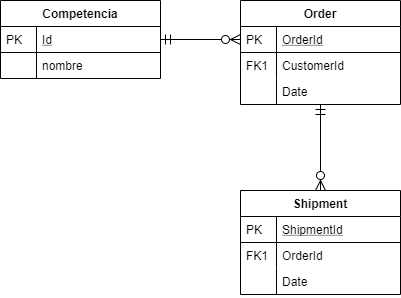
Earlier version of the draw.io export docum/DER.png (EstebanRaffo/PeliVsPeli_II). Source tidied: cells renumbered, new cells last; positions are measured from the earlier drawing's top-left corner, leaving out a move shared by most shapes. Its diagram source:
```xml
<mxGraphModel>
  <root>
    <mxCell id="0" />
    <mxCell id="1" parent="0" />
    <mxCell id="2" value="Competencia" style="swimlane;fontStyle=1;horizontal=1;startSize=26;rounded=0;shadow=0;strokeWidth=1;" parent="1" vertex="1">
      <mxGeometry width="160" height="78" as="geometry" />
    </mxCell>
    <mxCell id="3" value="Id" style="shape=partialRectangle;top=0;left=0;right=0;bottom=1;align=left;verticalAlign=top;fillColor=none;spacingLeft=40;spacingRight=4;overflow=hidden;points=[[0,0.5],[1,0.5]];portConstraint=eastwest;rounded=0;shadow=0;strokeWidth=1;fontStyle=4;" parent="2" vertex="1">
      <mxGeometry y="26" width="160" height="26" as="geometry" />
    </mxCell>
    <mxCell id="4" value="PK" style="shape=partialRectangle;top=0;left=0;bottom=0;fillColor=none;align=left;verticalAlign=top;spacingLeft=4;spacingRight=4;overflow=hidden;" parent="3" vertex="1">
      <mxGeometry width="36" height="26" as="geometry" />
    </mxCell>
    <mxCell id="5" value="nombre" style="shape=partialRectangle;top=0;left=0;right=0;bottom=0;align=left;verticalAlign=top;fillColor=none;spacingLeft=40;spacingRight=4;overflow=hidden;rounded=0;shadow=0;strokeWidth=1;" parent="2" vertex="1">
      <mxGeometry y="52" width="160" height="26" as="geometry" />
    </mxCell>
    <mxCell id="6" style="shape=partialRectangle;top=0;left=0;bottom=0;fillColor=none;align=left;verticalAlign=top;spacingLeft=4;spacingRight=4;overflow=hidden;" parent="5" vertex="1">
      <mxGeometry width="36" height="26" as="geometry" />
    </mxCell>
    <mxCell id="7" value="Order" style="swimlane;fontStyle=1;horizontal=1;startSize=26;rounded=0;shadow=0;strokeWidth=1;" parent="1" vertex="1">
      <mxGeometry x="240" width="160" height="104" as="geometry" />
    </mxCell>
    <mxCell id="8" value="OrderId" style="shape=partialRectangle;top=0;left=0;right=0;bottom=1;align=left;verticalAlign=top;fillColor=none;spacingLeft=40;spacingRight=4;overflow=hidden;points=[[0,0.5],[1,0.5]];portConstraint=eastwest;rounded=0;shadow=0;strokeWidth=1;fontStyle=4;" parent="7" vertex="1">
      <mxGeometry y="26" width="160" height="26" as="geometry" />
    </mxCell>
    <mxCell id="9" value="PK" style="shape=partialRectangle;top=0;left=0;bottom=0;fillColor=none;align=left;verticalAlign=top;spacingLeft=4;spacingRight=4;overflow=hidden;" parent="8" vertex="1">
      <mxGeometry width="36" height="26" as="geometry" />
    </mxCell>
    <mxCell id="10" value="CustomerId" style="shape=partialRectangle;top=0;left=0;right=0;bottom=0;align=left;verticalAlign=top;fillColor=none;spacingLeft=40;spacingRight=4;overflow=hidden;rounded=0;shadow=0;strokeWidth=1;" parent="7" vertex="1">
      <mxGeometry y="52" width="160" height="26" as="geometry" />
    </mxCell>
    <mxCell id="11" value="FK1" style="shape=partialRectangle;top=0;left=0;bottom=0;fillColor=none;align=left;verticalAlign=top;spacingLeft=4;spacingRight=4;overflow=hidden;" parent="10" vertex="1">
      <mxGeometry width="36" height="26" as="geometry" />
    </mxCell>
    <mxCell id="12" value="Date" style="shape=partialRectangle;top=0;left=0;right=0;bottom=0;align=left;verticalAlign=top;fillColor=none;spacingLeft=40;spacingRight=4;overflow=hidden;rounded=0;shadow=0;strokeWidth=1;" parent="7" vertex="1">
      <mxGeometry y="78" width="160" height="26" as="geometry" />
    </mxCell>
    <mxCell id="13" style="shape=partialRectangle;top=0;left=0;bottom=0;fillColor=none;align=left;verticalAlign=top;spacingLeft=4;spacingRight=4;overflow=hidden;" parent="12" vertex="1">
      <mxGeometry width="36" height="26" as="geometry" />
    </mxCell>
    <mxCell id="14" style="edgeStyle=orthogonalEdgeStyle;endArrow=ERzeroToMany;startArrow=ERmandOne;shadow=0;strokeWidth=1;endSize=8;startSize=8;" parent="1" edge="1" source="3" target="8">
      <mxGeometry relative="1" as="geometry" />
    </mxCell>
    <mxCell id="15" value="Shipment" style="swimlane;fontStyle=1;horizontal=1;startSize=26;rounded=0;shadow=0;strokeWidth=1;" parent="1" vertex="1">
      <mxGeometry x="240" y="190" width="160" height="104" as="geometry" />
    </mxCell>
    <mxCell id="16" value="ShipmentId" style="shape=partialRectangle;top=0;left=0;right=0;bottom=1;align=left;verticalAlign=top;fillColor=none;spacingLeft=40;spacingRight=4;overflow=hidden;rounded=0;shadow=0;strokeWidth=1;fontStyle=4;" parent="15" vertex="1">
      <mxGeometry y="26" width="160" height="26" as="geometry" />
    </mxCell>
    <mxCell id="17" value="PK" style="shape=partialRectangle;top=0;left=0;bottom=0;fillColor=none;align=left;verticalAlign=top;spacingLeft=4;spacingRight=4;overflow=hidden;" parent="16" vertex="1">
      <mxGeometry width="36" height="26" as="geometry" />
    </mxCell>
    <mxCell id="18" value="OrderId" style="shape=partialRectangle;top=0;left=0;right=0;bottom=0;align=left;verticalAlign=top;fillColor=none;spacingLeft=40;spacingRight=4;overflow=hidden;rounded=0;shadow=0;strokeWidth=1;" parent="15" vertex="1">
      <mxGeometry y="52" width="160" height="26" as="geometry" />
    </mxCell>
    <mxCell id="19" value="FK1" style="shape=partialRectangle;top=0;left=0;bottom=0;fillColor=none;align=left;verticalAlign=top;spacingLeft=4;spacingRight=4;overflow=hidden;" parent="18" vertex="1">
      <mxGeometry width="36" height="26" as="geometry" />
    </mxCell>
    <mxCell id="20" value="Date" style="shape=partialRectangle;top=0;left=0;right=0;bottom=0;align=left;verticalAlign=top;fillColor=none;spacingLeft=40;spacingRight=4;overflow=hidden;rounded=0;shadow=0;strokeWidth=1;" parent="15" vertex="1">
      <mxGeometry y="78" width="160" height="26" as="geometry" />
    </mxCell>
    <mxCell id="21" style="shape=partialRectangle;top=0;left=0;bottom=0;fillColor=none;align=left;verticalAlign=top;spacingLeft=4;spacingRight=4;overflow=hidden;" parent="20" vertex="1">
      <mxGeometry width="36" height="26" as="geometry" />
    </mxCell>
    <mxCell id="22" style="edgeStyle=orthogonalEdgeStyle;endArrow=ERzeroToMany;startArrow=ERmandOne;shadow=0;strokeWidth=1;endSize=8;startSize=8;" parent="1" edge="1" source="7" target="15">
      <mxGeometry relative="1" as="geometry" />
    </mxCell>
  </root>
</mxGraphModel>
```
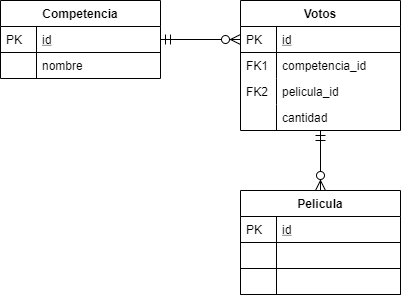
Later version of the same file.

Change to the diagram source:
```diff
@@ -5,7 +5,7 @@
     <mxCell id="2" value="Competencia" style="swimlane;fontStyle=1;horizontal=1;startSize=26;rounded=0;shadow=0;strokeWidth=1;" parent="1" vertex="1">
       <mxGeometry width="160" height="78" as="geometry" />
     </mxCell>
-    <mxCell id="3" value="Id" style="shape=partialRectangle;top=0;left=0;right=0;bottom=1;align=left;verticalAlign=top;fillColor=none;spacingLeft=40;spacingRight=4;overflow=hidden;points=[[0,0.5],[1,0.5]];portConstraint=eastwest;rounded=0;shadow=0;strokeWidth=1;fontStyle=4;" parent="2" vertex="1">
+    <mxCell id="3" value="id" style="shape=partialRectangle;top=0;left=0;right=0;bottom=1;align=left;verticalAlign=top;fillColor=none;spacingLeft=40;spacingRight=4;overflow=hidden;points=[[0,0.5],[1,0.5]];portConstraint=eastwest;rounded=0;shadow=0;strokeWidth=1;fontStyle=4;" parent="2" vertex="1">
       <mxGeometry y="26" width="160" height="26" as="geometry" />
     </mxCell>
     <mxCell id="4" value="PK" style="shape=partialRectangle;top=0;left=0;bottom=0;fillColor=none;align=left;verticalAlign=top;spacingLeft=4;spacingRight=4;overflow=hidden;" parent="3" vertex="1">
@@ -17,51 +17,57 @@
     <mxCell id="6" style="shape=partialRectangle;top=0;left=0;bottom=0;fillColor=none;align=left;verticalAlign=top;spacingLeft=4;spacingRight=4;overflow=hidden;" parent="5" vertex="1">
       <mxGeometry width="36" height="26" as="geometry" />
     </mxCell>
-    <mxCell id="7" value="Order" style="swimlane;fontStyle=1;horizontal=1;startSize=26;rounded=0;shadow=0;strokeWidth=1;" parent="1" vertex="1">
-      <mxGeometry x="240" width="160" height="104" as="geometry" />
+    <mxCell id="7" value="Votos" style="swimlane;fontStyle=1;horizontal=1;startSize=26;rounded=0;shadow=0;strokeWidth=1;" parent="1" vertex="1">
+      <mxGeometry x="240" width="160" height="130" as="geometry" />
     </mxCell>
-    <mxCell id="8" value="OrderId" style="shape=partialRectangle;top=0;left=0;right=0;bottom=1;align=left;verticalAlign=top;fillColor=none;spacingLeft=40;spacingRight=4;overflow=hidden;points=[[0,0.5],[1,0.5]];portConstraint=eastwest;rounded=0;shadow=0;strokeWidth=1;fontStyle=4;" parent="7" vertex="1">
+    <mxCell id="8" value="id" style="shape=partialRectangle;top=0;left=0;right=0;bottom=1;align=left;verticalAlign=top;fillColor=none;spacingLeft=40;spacingRight=4;overflow=hidden;points=[[0,0.5],[1,0.5]];portConstraint=eastwest;rounded=0;shadow=0;strokeWidth=1;fontStyle=4;" parent="7" vertex="1">
       <mxGeometry y="26" width="160" height="26" as="geometry" />
     </mxCell>
     <mxCell id="9" value="PK" style="shape=partialRectangle;top=0;left=0;bottom=0;fillColor=none;align=left;verticalAlign=top;spacingLeft=4;spacingRight=4;overflow=hidden;" parent="8" vertex="1">
       <mxGeometry width="36" height="26" as="geometry" />
     </mxCell>
-    <mxCell id="10" value="CustomerId" style="shape=partialRectangle;top=0;left=0;right=0;bottom=0;align=left;verticalAlign=top;fillColor=none;spacingLeft=40;spacingRight=4;overflow=hidden;rounded=0;shadow=0;strokeWidth=1;" parent="7" vertex="1">
+    <mxCell id="10" value="competencia_id" style="shape=partialRectangle;top=0;left=0;right=0;bottom=0;align=left;verticalAlign=top;fillColor=none;spacingLeft=40;spacingRight=4;overflow=hidden;rounded=0;shadow=0;strokeWidth=1;" parent="7" vertex="1">
       <mxGeometry y="52" width="160" height="26" as="geometry" />
     </mxCell>
     <mxCell id="11" value="FK1" style="shape=partialRectangle;top=0;left=0;bottom=0;fillColor=none;align=left;verticalAlign=top;spacingLeft=4;spacingRight=4;overflow=hidden;" parent="10" vertex="1">
       <mxGeometry width="36" height="26" as="geometry" />
     </mxCell>
-    <mxCell id="12" value="Date" style="shape=partialRectangle;top=0;left=0;right=0;bottom=0;align=left;verticalAlign=top;fillColor=none;spacingLeft=40;spacingRight=4;overflow=hidden;rounded=0;shadow=0;strokeWidth=1;" parent="7" vertex="1">
+    <mxCell id="12" value="pelicula_id" style="shape=partialRectangle;top=0;left=0;right=0;bottom=0;align=left;verticalAlign=top;fillColor=none;spacingLeft=40;spacingRight=4;overflow=hidden;rounded=0;shadow=0;strokeWidth=1;" parent="7" vertex="1">
       <mxGeometry y="78" width="160" height="26" as="geometry" />
     </mxCell>
-    <mxCell id="13" style="shape=partialRectangle;top=0;left=0;bottom=0;fillColor=none;align=left;verticalAlign=top;spacingLeft=4;spacingRight=4;overflow=hidden;" parent="12" vertex="1">
+    <mxCell id="13" value="FK2" style="shape=partialRectangle;top=0;left=0;bottom=0;fillColor=none;align=left;verticalAlign=top;spacingLeft=4;spacingRight=4;overflow=hidden;" parent="12" vertex="1">
       <mxGeometry width="36" height="26" as="geometry" />
     </mxCell>
+    <mxCell id="23" value="cantidad" style="shape=partialRectangle;top=0;left=0;right=0;bottom=0;align=left;verticalAlign=top;fillColor=none;spacingLeft=40;spacingRight=4;overflow=hidden;rounded=0;shadow=0;strokeWidth=1;" parent="7" vertex="1">
+      <mxGeometry y="104" width="160" height="26" as="geometry" />
+    </mxCell>
+    <mxCell id="24" style="shape=partialRectangle;top=0;left=0;bottom=0;fillColor=none;align=left;verticalAlign=top;spacingLeft=4;spacingRight=4;overflow=hidden;" parent="23" vertex="1">
+      <mxGeometry width="36" height="26" as="geometry" />
+    </mxCell>
     <mxCell id="14" style="edgeStyle=orthogonalEdgeStyle;endArrow=ERzeroToMany;startArrow=ERmandOne;shadow=0;strokeWidth=1;endSize=8;startSize=8;" parent="1" edge="1" source="3" target="8">
       <mxGeometry relative="1" as="geometry" />
     </mxCell>
-    <mxCell id="15" value="Shipment" style="swimlane;fontStyle=1;horizontal=1;startSize=26;rounded=0;shadow=0;strokeWidth=1;" parent="1" vertex="1">
+    <mxCell id="15" value="Pelicula" style="swimlane;fontStyle=1;horizontal=1;startSize=26;rounded=0;shadow=0;strokeWidth=1;" parent="1" vertex="1">
       <mxGeometry x="240" y="190" width="160" height="104" as="geometry" />
     </mxCell>
-    <mxCell id="16" value="ShipmentId" style="shape=partialRectangle;top=0;left=0;right=0;bottom=1;align=left;verticalAlign=top;fillColor=none;spacingLeft=40;spacingRight=4;overflow=hidden;rounded=0;shadow=0;strokeWidth=1;fontStyle=4;" parent="15" vertex="1">
+    <mxCell id="16" value="id" style="shape=partialRectangle;top=0;left=0;right=0;bottom=1;align=left;verticalAlign=top;fillColor=none;spacingLeft=40;spacingRight=4;overflow=hidden;rounded=0;shadow=0;strokeWidth=1;fontStyle=4;" parent="15" vertex="1">
       <mxGeometry y="26" width="160" height="26" as="geometry" />
     </mxCell>
     <mxCell id="17" value="PK" style="shape=partialRectangle;top=0;left=0;bottom=0;fillColor=none;align=left;verticalAlign=top;spacingLeft=4;spacingRight=4;overflow=hidden;" parent="16" vertex="1">
       <mxGeometry width="36" height="26" as="geometry" />
     </mxCell>
-    <mxCell id="18" value="OrderId" style="shape=partialRectangle;top=0;left=0;right=0;bottom=0;align=left;verticalAlign=top;fillColor=none;spacingLeft=40;spacingRight=4;overflow=hidden;rounded=0;shadow=0;strokeWidth=1;" parent="15" vertex="1">
-      <mxGeometry y="52" width="160" height="26" as="geometry" />
-    </mxCell>
-    <mxCell id="19" value="FK1" style="shape=partialRectangle;top=0;left=0;bottom=0;fillColor=none;align=left;verticalAlign=top;spacingLeft=4;spacingRight=4;overflow=hidden;" parent="18" vertex="1">
-      <mxGeometry width="36" height="26" as="geometry" />
-    </mxCell>
-    <mxCell id="20" value="Date" style="shape=partialRectangle;top=0;left=0;right=0;bottom=0;align=left;verticalAlign=top;fillColor=none;spacingLeft=40;spacingRight=4;overflow=hidden;rounded=0;shadow=0;strokeWidth=1;" parent="15" vertex="1">
-      <mxGeometry y="78" width="160" height="26" as="geometry" />
-    </mxCell>
-    <mxCell id="21" style="shape=partialRectangle;top=0;left=0;bottom=0;fillColor=none;align=left;verticalAlign=top;spacingLeft=4;spacingRight=4;overflow=hidden;" parent="20" vertex="1">
-      <mxGeometry width="36" height="26" as="geometry" />
-    </mxCell>
+    <mxCell id="25" style="shape=partialRectangle;top=0;left=0;right=0;bottom=1;align=left;verticalAlign=top;fillColor=none;spacingLeft=40;spacingRight=4;overflow=hidden;rounded=0;shadow=0;strokeWidth=1;fontStyle=4;" parent="15" vertex="1">
+      <mxGeometry y="52" width="160" height="26" as="geometry" />
+    </mxCell>
+    <mxCell id="26" style="shape=partialRectangle;top=0;left=0;bottom=0;fillColor=none;align=left;verticalAlign=top;spacingLeft=4;spacingRight=4;overflow=hidden;" parent="25" vertex="1">
+      <mxGeometry width="36" height="26" as="geometry" />
+    </mxCell>
+    <mxCell id="27" style="shape=partialRectangle;top=0;left=0;right=0;bottom=1;align=left;verticalAlign=top;fillColor=none;spacingLeft=40;spacingRight=4;overflow=hidden;rounded=0;shadow=0;strokeWidth=1;fontStyle=4;" parent="15" vertex="1">
+      <mxGeometry y="78" width="160" height="26" as="geometry" />
+    </mxCell>
+    <mxCell id="28" style="shape=partialRectangle;top=0;left=0;bottom=0;fillColor=none;align=left;verticalAlign=top;spacingLeft=4;spacingRight=4;overflow=hidden;" parent="27" vertex="1">
+      <mxGeometry width="36" height="26" as="geometry" />
+    </mxCell>
     <mxCell id="22" style="edgeStyle=orthogonalEdgeStyle;endArrow=ERzeroToMany;startArrow=ERmandOne;shadow=0;strokeWidth=1;endSize=8;startSize=8;" parent="1" edge="1" source="7" target="15">
       <mxGeometry relative="1" as="geometry" />
     </mxCell>
```
